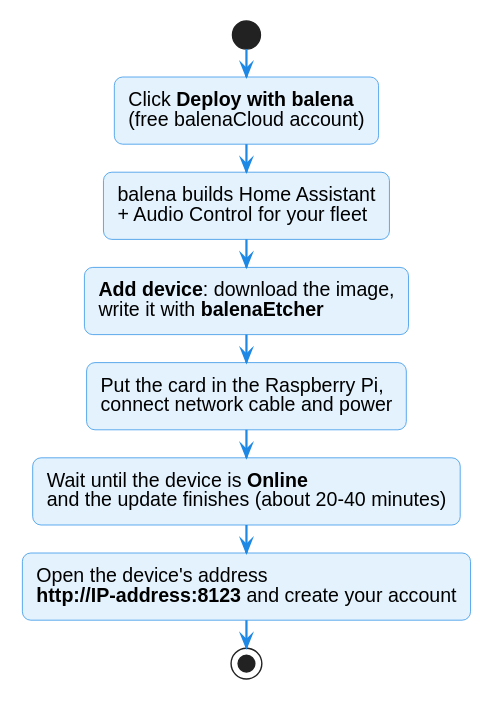
Before: docs/assets/diagrams/install-balena.svg, a diagram exported from PlantUML (mcjelcom/ha-audio-control). Its source is kept beside it as docs/diagrams/install-balena.puml.
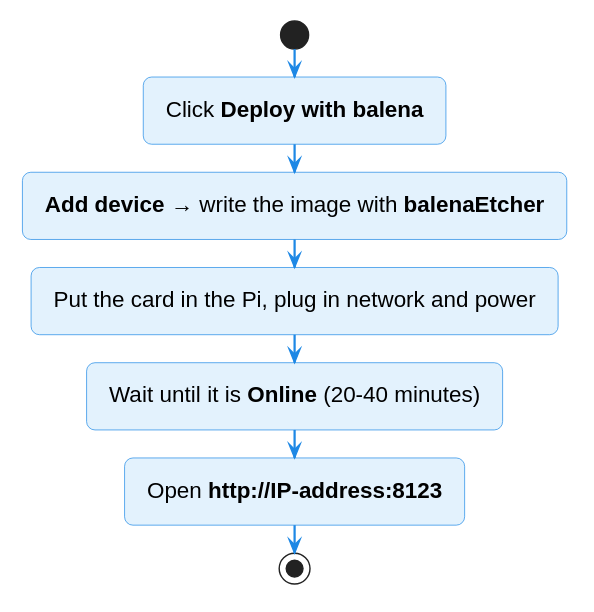
Above is the later version.

What changed in the source:
```diff
@@ -1,11 +1,10 @@
 @startuml
 !include _style.iuml
 start
-:Click **Deploy with balena**\n(free balenaCloud account);
-:balena builds Home Assistant\n+ Audio Control for your fleet;
-:**Add device**: download the image,\nwrite it with **balenaEtcher**;
-:Put the card in the Raspberry Pi,\nconnect network cable and power;
-:Wait until the device is **Online**\nand the update finishes (about 20–40 minutes);
-:Open the device's address\n**http://IP-address:8123** and create your account;
+:Click **Deploy with balena**;
+:**Add device** → write the image with **balenaEtcher**;
+:Put the card in the Pi, plug in network and power;
+:Wait until it is **Online** (20–40 minutes);
+:Open **http://IP-address:8123**;
 stop
 @enduml
```
